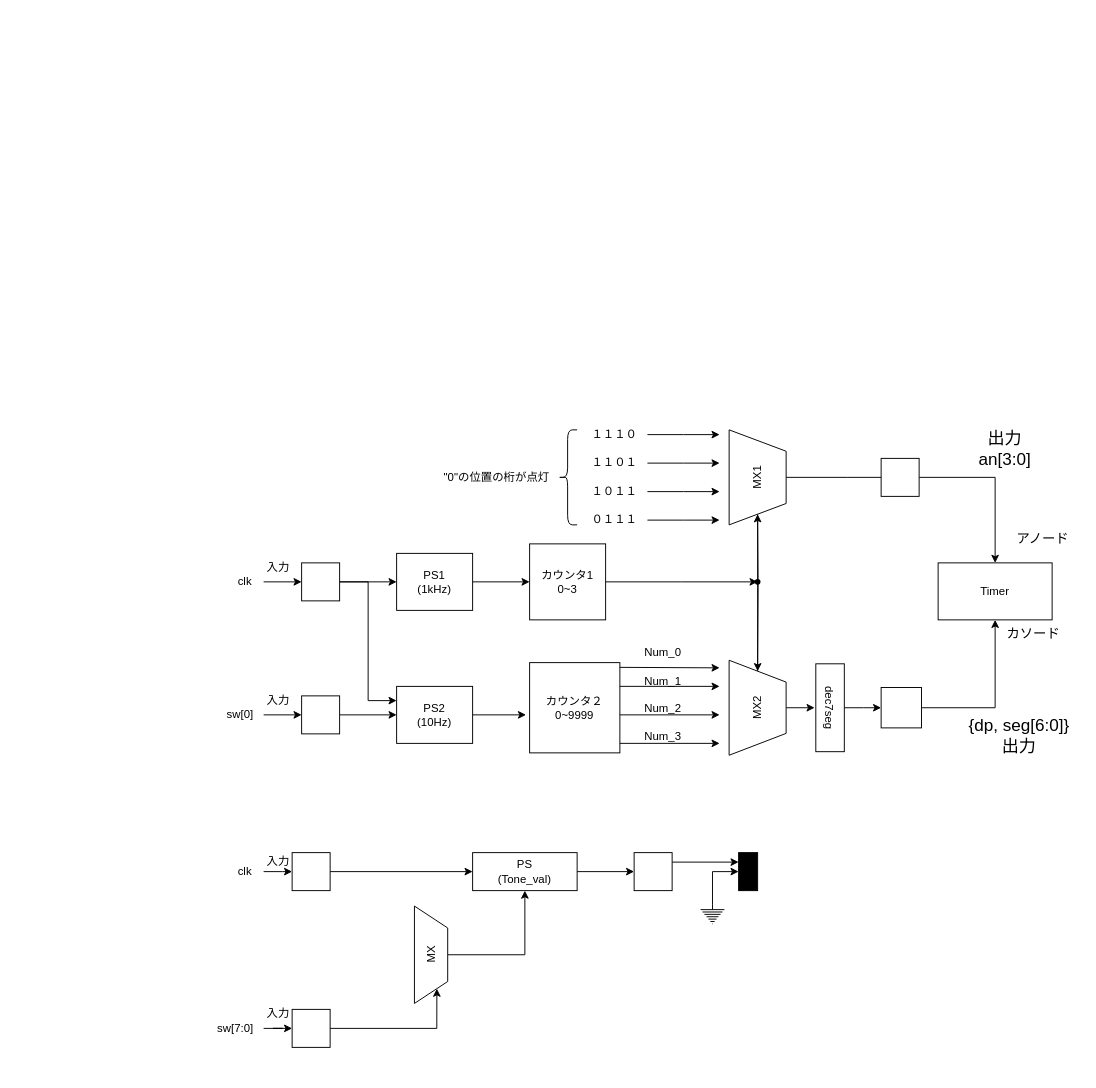
Before: thame4.drawio in kami5kaze/-kotani, a draw.io diagram. Source tidied: cells renumbered, new cells numbered last; positions are measured from the earlier drawing's top-left corner, leaving out a move shared by most shapes. Both pictures are drawn from the tidied source at 95%, with x=0, y=0 at pixel (206, 420).
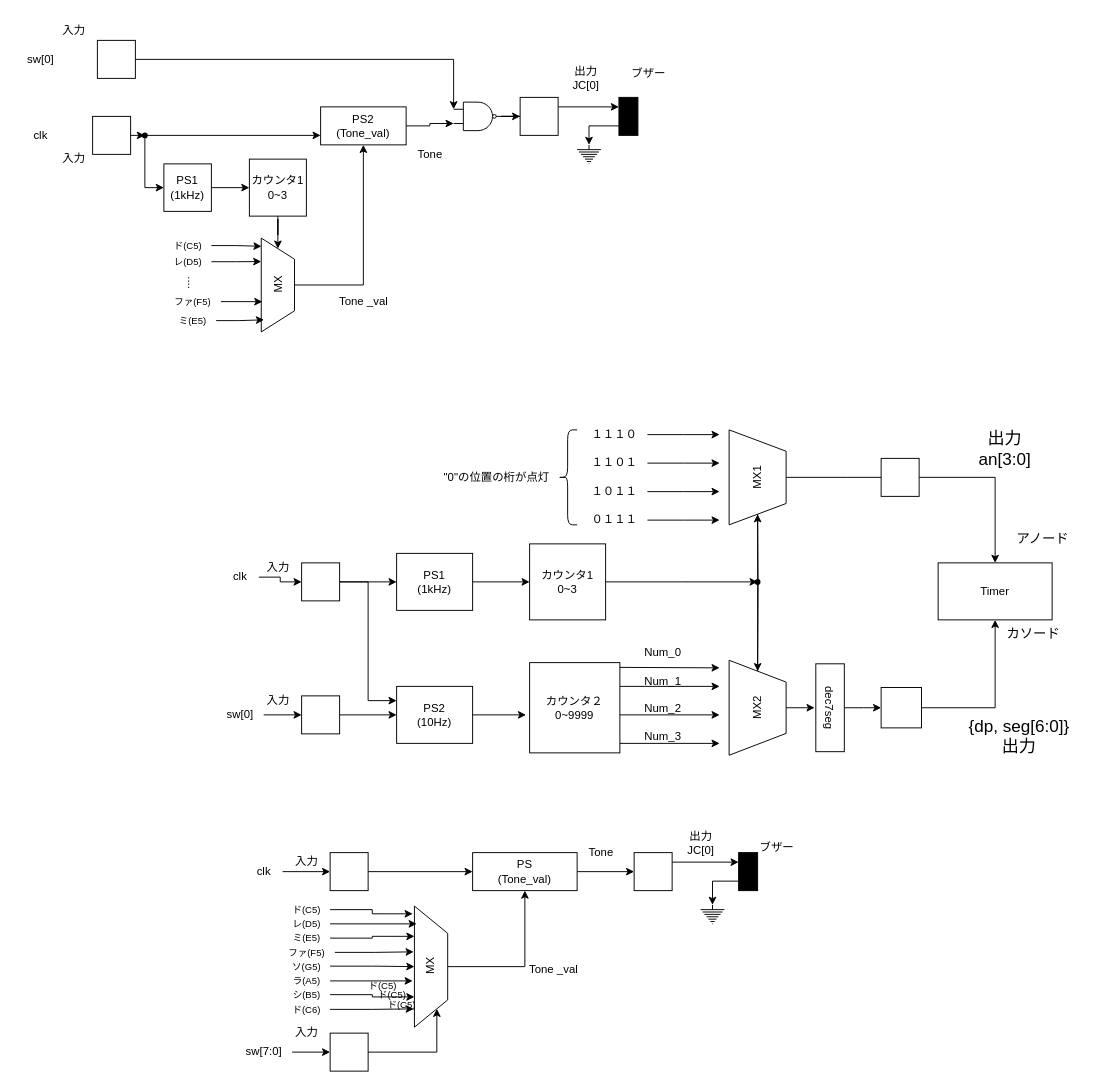
The same page after the edit.

Commit message (it also covers changes not shown here):
thame4.drawio を更新します

The change refers to these unchanged cells:
```xml
<mxCell id="72" style="whiteSpace=wrap;html=1;rotation=90;fillColor=#000000;" parent="1" vertex="1">
  <mxGeometry x="550" y="465" width="40" height="20" as="geometry" />
</mxCell>
<mxCell id="74" style="verticalLabelPosition=bottom;shadow=0;dashed=0;align=center;html=1;verticalAlign=top;shape=mxgraph.electrical.signal_sources.protective_earth;" parent="1" vertex="1">
  <mxGeometry x="520" y="510" width="25" height="20" as="geometry" />
</mxCell>
```

What changed in the source:
```diff
@@
     <mxCell id="27" value="clk" style="text;html=1;align=center;verticalAlign=middle;points=[];strokeColor=none;fillColor=none;" parent="1" vertex="1">
-      <mxGeometry x="20" y="155" width="40" height="30" as="geometry" />
+      <mxGeometry x="15" y="150" width="40" height="30" as="geometry" />
     </mxCell>
@@
-    <mxCell id="56" style="edgeStyle=orthogonalEdgeStyle;rounded=0;jettySize=auto;html=1;" parent="1" edge="1" source="57">
-      <mxGeometry relative="1" as="geometry">
-        <mxPoint x="90" y="475" as="targetPoint" />
-      </mxGeometry>
-    </mxCell>
+    <mxCell id="75" style="edgeStyle=orthogonalEdgeStyle;rounded=0;jettySize=auto;html=1;entryX=0;entryY=0.5;entryDx=0;entryDy=0;" parent="1" edge="1" source="57" target="60">
+      <mxGeometry relative="1" as="geometry" />
+    </mxCell>
     <mxCell id="57" value="clk" style="text;html=1;align=center;verticalAlign=middle;points=[];strokeColor=none;fillColor=none;" parent="1" vertex="1">
-      <mxGeometry x="20" y="460" width="40" height="30" as="geometry" />
+      <mxGeometry x="40" y="460" width="40" height="30" as="geometry" />
     </mxCell>
     <mxCell id="58" value="入力" style="text;html=1;align=center;verticalAlign=middle;strokeColor=none;fillColor=none;" parent="1" vertex="1">
-      <mxGeometry x="50" y="450" width="50" height="30" as="geometry" />
+      <mxGeometry x="80" y="450" width="50" height="30" as="geometry" />
     </mxCell>
@@
     <mxCell id="60" style="whiteSpace=wrap;html=1;" parent="1" vertex="1">
-      <mxGeometry x="90" y="455" width="40" height="40" as="geometry" />
+      <mxGeometry x="130" y="455" width="40" height="40" as="geometry" />
     </mxCell>
@@
     <mxCell id="62" style="whiteSpace=wrap;html=1;" parent="1" vertex="1">
-      <mxGeometry x="90" y="620" width="40" height="40" as="geometry" />
+      <mxGeometry x="130" y="645" width="40" height="40" as="geometry" />
     </mxCell>
@@
     <mxCell id="64" value="sw[7:0]" style="text;html=1;align=center;verticalAlign=middle;points=[];strokeColor=none;fillColor=none;" parent="1" vertex="1">
-      <mxGeometry y="625" width="60" height="30" as="geometry" />
+      <mxGeometry x="30" y="650" width="60" height="30" as="geometry" />
     </mxCell>
     <mxCell id="65" value="入力" style="text;html=1;align=center;verticalAlign=middle;strokeColor=none;fillColor=none;" parent="1" vertex="1">
-      <mxGeometry x="50" y="610" width="50" height="30" as="geometry" />
+      <mxGeometry x="80" y="630" width="50" height="30" as="geometry" />
     </mxCell>
@@
     <mxCell id="67" value="MX" style="verticalLabelPosition=middle;verticalAlign=middle;html=1;shape=trapezoid;perimeter=trapezoidPerimeter;whiteSpace=wrap;size=0.22499999999999998;arcSize=10;flipV=1;labelPosition=center;align=center;rotation=-90;" parent="1" vertex="1">
-      <mxGeometry x="185" y="545" width="102.5" height="35" as="geometry" />
+      <mxGeometry x="172.5" y="557.5" width="127.5" height="35" as="geometry" />
     </mxCell>
@@
-    <mxCell id="73" style="edgeStyle=orthogonalEdgeStyle;rounded=0;jettySize=auto;html=1;exitX=0.5;exitY=0;exitDx=0;exitDy=0;exitPerimeter=0;entryX=0.5;entryY=1;entryDx=0;entryDy=0;" parent="1" edge="1" source="74" target="72">
-      <mxGeometry relative="1" as="geometry" />
-    </mxCell>
@@
+    <mxCell id="76" value="Tone _val" style="text;html=1;align=center;verticalAlign=middle;strokeColor=none;fillColor=none;" parent="1" vertex="1">
+      <mxGeometry x="330" y="562.5" width="70" height="30" as="geometry" />
+    </mxCell>
+    <mxCell id="77" value="Tone" style="text;html=1;align=center;verticalAlign=middle;strokeColor=none;fillColor=none;" parent="1" vertex="1">
+      <mxGeometry x="390" y="440" width="50" height="30" as="geometry" />
+    </mxCell>
+    <mxCell id="78" value="出力&lt;br&gt;JC[0]" style="text;html=1;align=center;verticalAlign=middle;strokeColor=none;fillColor=none;" parent="1" vertex="1">
+      <mxGeometry x="495" y="425" width="50" height="40" as="geometry" />
+    </mxCell>
+    <mxCell id="79" value="ブザー" style="text;html=1;align=center;verticalAlign=middle;strokeColor=none;fillColor=none;" parent="1" vertex="1">
+      <mxGeometry x="570" y="435" width="60" height="30" as="geometry" />
+    </mxCell>
+    <mxCell id="80" style="edgeStyle=orthogonalEdgeStyle;rounded=0;jettySize=auto;html=1;entryX=0.936;entryY=1.053;entryDx=0;entryDy=0;entryPerimeter=0;" parent="1" edge="1" source="81" target="67">
+      <mxGeometry relative="1" as="geometry" />
+    </mxCell>
+    <mxCell id="81" value="&lt;font style=&quot;font-size: 10px;&quot;&gt;ド(C5)&lt;/font&gt;" style="text;html=1;align=center;verticalAlign=middle;points=[];strokeColor=none;fillColor=none;" parent="1" vertex="1">
+      <mxGeometry x="80" y="500" width="50" height="30" as="geometry" />
+    </mxCell>
+    <mxCell id="82" style="edgeStyle=orthogonalEdgeStyle;rounded=0;jettySize=auto;html=1;entryX=0.75;entryY=0;entryDx=0;entryDy=0;" parent="1" edge="1" source="83" target="67">
+      <mxGeometry relative="1" as="geometry" />
+    </mxCell>
+    <mxCell id="83" value="&lt;font style=&quot;font-size: 10px;&quot;&gt;ミ(E5)&lt;/font&gt;" style="text;html=1;align=center;verticalAlign=middle;points=[];strokeColor=none;fillColor=none;" parent="1" vertex="1">
+      <mxGeometry x="80" y="530" width="50" height="30" as="geometry" />
+    </mxCell>
+    <mxCell id="84" style="edgeStyle=orthogonalEdgeStyle;rounded=0;jettySize=auto;html=1;entryX=0.853;entryY=0.933;entryDx=0;entryDy=0;entryPerimeter=0;" parent="1" edge="1" source="85" target="67">
+      <mxGeometry relative="1" as="geometry" />
+    </mxCell>
+    <mxCell id="85" value="&lt;font style=&quot;font-size: 10px;&quot;&gt;レ(D5)&lt;/font&gt;" style="text;html=1;align=center;verticalAlign=middle;points=[];strokeColor=none;fillColor=none;" parent="1" vertex="1">
+      <mxGeometry x="80" y="515" width="50" height="30" as="geometry" />
+    </mxCell>
+    <mxCell id="86" value="&lt;font style=&quot;font-size: 10px;&quot;&gt;ラ(A5)&lt;/font&gt;" style="text;html=1;align=center;verticalAlign=middle;points=[];strokeColor=none;fillColor=none;" parent="1" vertex="1">
+      <mxGeometry x="80" y="575" width="50" height="30" as="geometry" />
+    </mxCell>
+    <mxCell id="87" style="edgeStyle=orthogonalEdgeStyle;rounded=0;jettySize=auto;html=1;entryX=0.622;entryY=1.023;entryDx=0;entryDy=0;entryPerimeter=0;" parent="1" edge="1" source="88" target="67">
+      <mxGeometry relative="1" as="geometry" />
+    </mxCell>
+    <mxCell id="88" value="&lt;font style=&quot;font-size: 10px;&quot;&gt;ファ(F5)&lt;/font&gt;" style="text;html=1;align=center;verticalAlign=middle;points=[];strokeColor=none;fillColor=none;" parent="1" vertex="1">
+      <mxGeometry x="75" y="545" width="60" height="30" as="geometry" />
+    </mxCell>
+    <mxCell id="89" style="edgeStyle=orthogonalEdgeStyle;rounded=0;jettySize=auto;html=1;entryX=0.5;entryY=0;entryDx=0;entryDy=0;" parent="1" edge="1" source="90" target="67">
+      <mxGeometry relative="1" as="geometry" />
+    </mxCell>
+    <mxCell id="90" value="&lt;font style=&quot;font-size: 10px;&quot;&gt;ソ(G5)&lt;/font&gt;" style="text;html=1;align=center;verticalAlign=middle;points=[];strokeColor=none;fillColor=none;" parent="1" vertex="1">
+      <mxGeometry x="80" y="559.5" width="50" height="30" as="geometry" />
+    </mxCell>
+    <mxCell id="91" style="edgeStyle=orthogonalEdgeStyle;rounded=0;jettySize=auto;html=1;entryX=0.25;entryY=0;entryDx=0;entryDy=0;" parent="1" edge="1" source="92" target="67">
+      <mxGeometry relative="1" as="geometry" />
+    </mxCell>
+    <mxCell id="92" value="&lt;font style=&quot;font-size: 10px;&quot;&gt;シ(B5)&lt;/font&gt;" style="text;html=1;align=center;verticalAlign=middle;points=[];strokeColor=none;fillColor=none;" parent="1" vertex="1">
+      <mxGeometry x="80" y="589.5" width="50" height="30" as="geometry" />
+    </mxCell>
+    <mxCell id="93" style="edgeStyle=orthogonalEdgeStyle;rounded=0;jettySize=auto;html=1;entryX=0.151;entryY=1.023;entryDx=0;entryDy=0;entryPerimeter=0;" parent="1" edge="1" source="94" target="67">
+      <mxGeometry relative="1" as="geometry" />
+    </mxCell>
+    <mxCell id="94" value="&lt;font style=&quot;font-size: 10px;&quot;&gt;ド(C6)&lt;/font&gt;" style="text;html=1;align=center;verticalAlign=middle;points=[];strokeColor=none;fillColor=none;" parent="1" vertex="1">
+      <mxGeometry x="80" y="605" width="50" height="30" as="geometry" />
+    </mxCell>
+    <mxCell id="95" style="edgeStyle=orthogonalEdgeStyle;rounded=0;jettySize=auto;html=1;entryX=0.382;entryY=1.053;entryDx=0;entryDy=0;entryPerimeter=0;" parent="1" edge="1" source="86" target="67">
+      <mxGeometry relative="1" as="geometry" />
+    </mxCell>
+    <mxCell id="96" value="&lt;font style=&quot;font-size: 10px;&quot;&gt;ド(C5)&lt;/font&gt;" style="text;html=1;align=center;verticalAlign=middle;strokeColor=none;fillColor=none;" parent="1" vertex="1">
+      <mxGeometry x="160" y="580" width="50" height="30" as="geometry" />
+    </mxCell>
+    <mxCell id="97" value="&lt;font style=&quot;font-size: 10px;&quot;&gt;ド(C5)&lt;/font&gt;" style="text;html=1;align=center;verticalAlign=middle;strokeColor=none;fillColor=none;" parent="1" vertex="1">
+      <mxGeometry x="170" y="590" width="50" height="30" as="geometry" />
+    </mxCell>
+    <mxCell id="98" value="&lt;font style=&quot;font-size: 10px;&quot;&gt;ド(C5)&lt;/font&gt;" style="text;html=1;align=center;verticalAlign=middle;strokeColor=none;fillColor=none;" parent="1" vertex="1">
+      <mxGeometry x="180" y="600" width="50" height="30" as="geometry" />
+    </mxCell>
+    <mxCell id="99" style="edgeStyle=orthogonalEdgeStyle;rounded=0;jettySize=auto;html=1;entryX=0;entryY=0.5;entryDx=0;entryDy=0;" parent="1" edge="1" source="100" target="102">
+      <mxGeometry relative="1" as="geometry" />
+    </mxCell>
+    <mxCell id="100" value="PS1&lt;br&gt;(1kHz)" style="whiteSpace=wrap;html=1;" parent="1" vertex="1">
+      <mxGeometry x="-45" y="-270" width="50" height="50" as="geometry" />
+    </mxCell>
+    <mxCell id="101" style="edgeStyle=orthogonalEdgeStyle;rounded=0;jettySize=auto;html=1;entryX=1;entryY=0.5;entryDx=0;entryDy=0;" parent="1" edge="1" source="102" target="106">
+      <mxGeometry relative="1" as="geometry" />
+    </mxCell>
+    <mxCell id="102" value="カウンタ1&lt;br&gt;0~3" style="whiteSpace=wrap;html=1;" parent="1" vertex="1">
+      <mxGeometry x="45" y="-275" width="60" height="60" as="geometry" />
+    </mxCell>
+    <mxCell id="103" value="clk" style="text;html=1;align=center;verticalAlign=middle;strokeColor=none;fillColor=none;" parent="1" vertex="1">
+      <mxGeometry x="-195" y="-315" width="40" height="30" as="geometry" />
+    </mxCell>
+    <mxCell id="104" style="whiteSpace=wrap;html=1;" parent="1" vertex="1">
+      <mxGeometry x="-115" y="-400" width="40" height="40" as="geometry" />
+    </mxCell>
+    <mxCell id="105" style="edgeStyle=orthogonalEdgeStyle;rounded=0;jettySize=auto;html=1;entryX=0.5;entryY=1;entryDx=0;entryDy=0;" parent="1" edge="1" source="106" target="120">
+      <mxGeometry relative="1" as="geometry" />
+    </mxCell>
+    <mxCell id="106" value="MX" style="verticalLabelPosition=middle;verticalAlign=middle;html=1;shape=trapezoid;perimeter=trapezoidPerimeter;whiteSpace=wrap;size=0.22499999999999998;arcSize=10;flipV=1;labelPosition=center;align=center;rotation=-90;" parent="1" vertex="1">
+      <mxGeometry x="25.6" y="-160" width="98.8" height="35" as="geometry" />
+    </mxCell>
+    <mxCell id="107" value="Tone _val" style="text;html=1;align=center;verticalAlign=middle;strokeColor=none;fillColor=none;" parent="1" vertex="1">
+      <mxGeometry x="130" y="-140" width="70" height="30" as="geometry" />
+    </mxCell>
+    <mxCell id="108" value="sw[0]" style="text;html=1;align=center;verticalAlign=middle;strokeColor=none;fillColor=none;" parent="1" vertex="1">
+      <mxGeometry x="-200" y="-395" width="50" height="30" as="geometry" />
+    </mxCell>
+    <mxCell id="109" value="入力" style="text;html=1;align=center;verticalAlign=middle;strokeColor=none;fillColor=none;" parent="1" vertex="1">
+      <mxGeometry x="-165" y="-425" width="50" height="30" as="geometry" />
+    </mxCell>
+    <mxCell id="110" value="入力" style="text;html=1;align=center;verticalAlign=middle;strokeColor=none;fillColor=none;" parent="1" vertex="1">
+      <mxGeometry x="-165" y="-290" width="50" height="30" as="geometry" />
+    </mxCell>
+    <mxCell id="111" style="whiteSpace=wrap;html=1;rotation=90;fillColor=#000000;" parent="1" vertex="1">
+      <mxGeometry x="424" y="-330" width="40" height="20" as="geometry" />
+    </mxCell>
+    <mxCell id="112" value="ブザー" style="text;html=1;align=center;verticalAlign=middle;strokeColor=none;fillColor=none;" parent="1" vertex="1">
+      <mxGeometry x="435" y="-380" width="60" height="30" as="geometry" />
+    </mxCell>
+    <mxCell id="113" value="出力&lt;br&gt;JC[0]" style="text;html=1;align=center;verticalAlign=middle;strokeColor=none;fillColor=none;" parent="1" vertex="1">
+      <mxGeometry x="374" y="-380" width="50" height="40" as="geometry" />
+    </mxCell>
+    <mxCell id="114" value="Tone" style="text;html=1;align=center;verticalAlign=middle;strokeColor=none;fillColor=none;" parent="1" vertex="1">
+      <mxGeometry x="210" y="-295" width="50" height="30" as="geometry" />
+    </mxCell>
+    <mxCell id="115" style="verticalLabelPosition=bottom;shadow=0;dashed=0;align=center;html=1;verticalAlign=top;shape=mxgraph.electrical.signal_sources.protective_earth;" parent="1" vertex="1">
+      <mxGeometry x="390" y="-290" width="25" height="20" as="geometry" />
+    </mxCell>
+    <mxCell id="116" style="edgeStyle=orthogonalEdgeStyle;rounded=0;jettySize=auto;html=1;" parent="1" edge="1" source="117" target="119">
+      <mxGeometry relative="1" as="geometry" />
+    </mxCell>
+    <mxCell id="117" style="verticalLabelPosition=bottom;shadow=0;dashed=0;align=center;html=1;verticalAlign=top;shape=mxgraph.electrical.logic_gates.logic_gate;operation=and;negating=1;negSize=0.15;" parent="1" vertex="1">
+      <mxGeometry x="260" y="-335" width="51.2" height="30" as="geometry" />
+    </mxCell>
+    <mxCell id="118" style="edgeStyle=orthogonalEdgeStyle;rounded=0;jettySize=auto;html=1;exitX=1;exitY=0.25;exitDx=0;exitDy=0;entryX=0.25;entryY=1;entryDx=0;entryDy=0;" parent="1" edge="1" source="119" target="111">
+      <mxGeometry relative="1" as="geometry" />
+    </mxCell>
+    <mxCell id="119" style="whiteSpace=wrap;html=1;" parent="1" vertex="1">
+      <mxGeometry x="330" y="-340" width="40" height="40" as="geometry" />
+    </mxCell>
+    <mxCell id="120" value="PS2&lt;br&gt;(Tone_val)" style="whiteSpace=wrap;html=1;" parent="1" vertex="1">
+      <mxGeometry x="120" y="-330" width="90" height="40" as="geometry" />
+    </mxCell>
+    <mxCell id="121" style="edgeStyle=orthogonalEdgeStyle;rounded=0;jettySize=auto;html=1;entryX=0;entryY=0.75;entryDx=0;entryDy=0;" parent="1" edge="1" source="127" target="120">
+      <mxGeometry relative="1" as="geometry" />
+    </mxCell>
+    <mxCell id="122" style="whiteSpace=wrap;html=1;" parent="1" vertex="1">
+      <mxGeometry x="-120" y="-320" width="40" height="40" as="geometry" />
+    </mxCell>
+    <mxCell id="123" style="edgeStyle=orthogonalEdgeStyle;rounded=0;jettySize=auto;html=1;entryX=0;entryY=0.25;entryDx=0;entryDy=0;entryPerimeter=0;" parent="1" edge="1" source="104" target="117">
+      <mxGeometry relative="1" as="geometry">
+        <Array as="points">
+          <mxPoint x="260" y="-380" />
+        </Array>
+      </mxGeometry>
+    </mxCell>
+    <mxCell id="124" style="edgeStyle=orthogonalEdgeStyle;rounded=0;jettySize=auto;html=1;entryX=0;entryY=0.75;entryDx=0;entryDy=0;entryPerimeter=0;" parent="1" edge="1" source="120" target="117">
+      <mxGeometry relative="1" as="geometry" />
+    </mxCell>
+    <mxCell id="125" style="edgeStyle=orthogonalEdgeStyle;rounded=0;jettySize=auto;html=1;entryDx=0;entryDy=0;exitX=1;exitY=0.5;exitDx=0;exitDy=0;" parent="1" edge="1" source="122" target="127">
+      <mxGeometry relative="1" as="geometry" />
+    </mxCell>
+    <mxCell id="126" style="edgeStyle=orthogonalEdgeStyle;rounded=0;jettySize=auto;html=1;entryX=0;entryY=0.5;entryDx=0;entryDy=0;" parent="1" edge="1" source="127" target="100">
+      <mxGeometry relative="1" as="geometry">
+        <Array as="points">
+          <mxPoint x="-65" y="-245" />
+        </Array>
+      </mxGeometry>
+    </mxCell>
+    <mxCell id="127" style="shape=waypoint;sketch=0;size=6;points=[];fillColor=none;perimeter=centerPerimeter;snapToPoint=1;" parent="1" vertex="1">
+      <mxGeometry x="-75" y="-310" width="20" height="20" as="geometry" />
+    </mxCell>
+    <mxCell id="128" style="edgeStyle=orthogonalEdgeStyle;rounded=0;jettySize=auto;html=1;exitX=0.75;exitY=1;exitDx=0;exitDy=0;entryX=0.5;entryY=0;entryDx=0;entryDy=0;entryPerimeter=0;" parent="1" edge="1" source="111" target="115">
+      <mxGeometry relative="1" as="geometry" />
+    </mxCell>
+    <mxCell id="129" style="edgeStyle=orthogonalEdgeStyle;rounded=0;jettySize=auto;html=1;exitX=0.75;exitY=1;exitDx=0;exitDy=0;entryX=0.5;entryY=0;entryDx=0;entryDy=0;entryPerimeter=0;" parent="1" edge="1" source="72" target="74">
+      <mxGeometry relative="1" as="geometry" />
+    </mxCell>
+    <mxCell id="130" value="&lt;font style=&quot;font-size: 10px;&quot;&gt;ド(C5)&lt;/font&gt;" style="text;html=1;align=center;verticalAlign=middle;points=[];strokeColor=none;fillColor=none;" parent="1" vertex="1">
+      <mxGeometry x="-45" y="-199" width="50" height="30" as="geometry" />
+    </mxCell>
+    <mxCell id="131" style="edgeStyle=orthogonalEdgeStyle;rounded=0;jettySize=auto;html=1;entryX=0.75;entryY=0;entryDx=0;entryDy=0;" parent="1" edge="1" source="132" target="106">
+      <mxGeometry relative="1" as="geometry" />
+    </mxCell>
+    <mxCell id="132" value="&lt;font style=&quot;font-size: 10px;&quot;&gt;レ(D5)&lt;/font&gt;" style="text;html=1;align=center;verticalAlign=middle;points=[];strokeColor=none;fillColor=none;" parent="1" vertex="1">
+      <mxGeometry x="-45" y="-182" width="50" height="30" as="geometry" />
+    </mxCell>
+    <mxCell id="133" value="...." style="text;html=1;align=center;verticalAlign=middle;strokeColor=none;fillColor=none;rotation=90;" parent="1" vertex="1">
+      <mxGeometry x="-35" y="-160" width="40" height="30" as="geometry" />
+    </mxCell>
+    <mxCell id="134" value="&lt;font style=&quot;font-size: 10px;&quot;&gt;ミ(E5)&lt;/font&gt;" style="text;html=1;align=center;verticalAlign=middle;points=[];strokeColor=none;fillColor=none;" parent="1" vertex="1">
+      <mxGeometry x="-40" y="-120" width="50" height="30" as="geometry" />
+    </mxCell>
+    <mxCell id="135" value="&lt;font style=&quot;font-size: 10px;&quot;&gt;ファ(F5)&lt;/font&gt;" style="text;html=1;align=center;verticalAlign=middle;points=[];strokeColor=none;fillColor=none;" parent="1" vertex="1">
+      <mxGeometry x="-45" y="-140" width="60" height="30" as="geometry" />
+    </mxCell>
+    <mxCell id="136" style="edgeStyle=orthogonalEdgeStyle;rounded=0;jettySize=auto;html=1;entryX=0.912;entryY=0.992;entryDx=0;entryDy=0;entryPerimeter=0;" parent="1" edge="1" source="130" target="106">
+      <mxGeometry relative="1" as="geometry" />
+    </mxCell>
+    <mxCell id="137" style="edgeStyle=orthogonalEdgeStyle;rounded=0;jettySize=auto;html=1;entryX=0.322;entryY=0.967;entryDx=0;entryDy=0;entryPerimeter=0;" parent="1" edge="1" source="135" target="106">
+      <mxGeometry relative="1" as="geometry" />
+    </mxCell>
+    <mxCell id="138" style="edgeStyle=orthogonalEdgeStyle;rounded=0;jettySize=auto;html=1;entryX=0.129;entryY=0.917;entryDx=0;entryDy=0;entryPerimeter=0;" parent="1" edge="1" source="134" target="106">
+      <mxGeometry relative="1" as="geometry" />
+    </mxCell>
```
